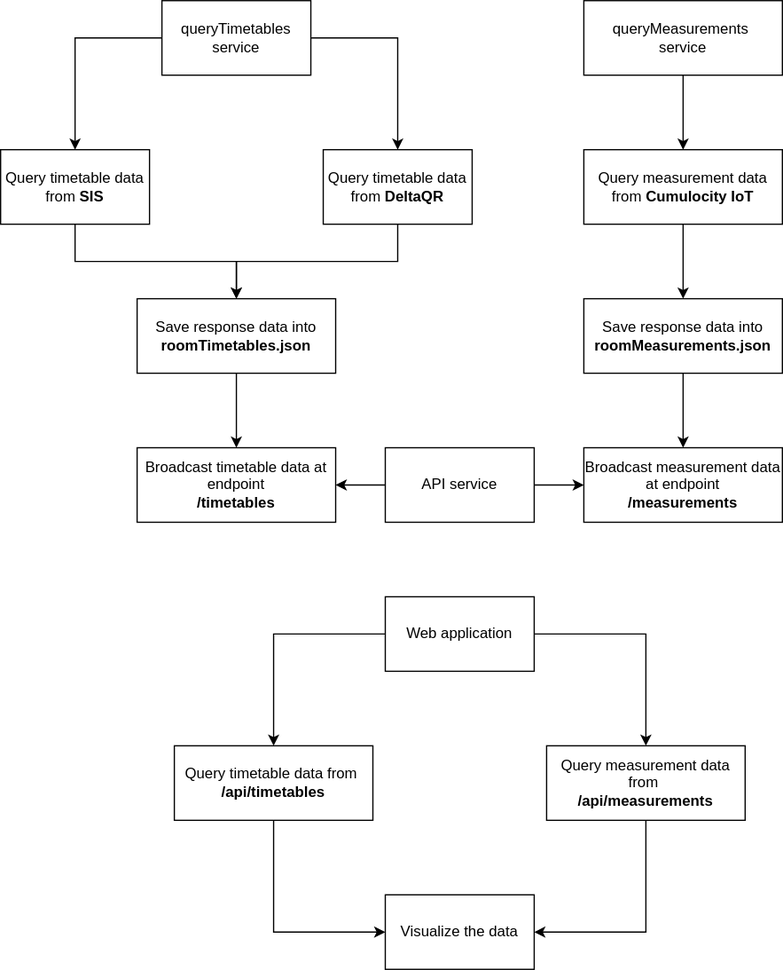
thugoo/client-delta-twin keeps this draw.io diagram as workflow-flowchart.svg. Above is the earlier version. Source tidied: cells renumbered, new cells last; positions are measured from the earlier drawing's top-left corner, leaving out a move shared by most shapes.
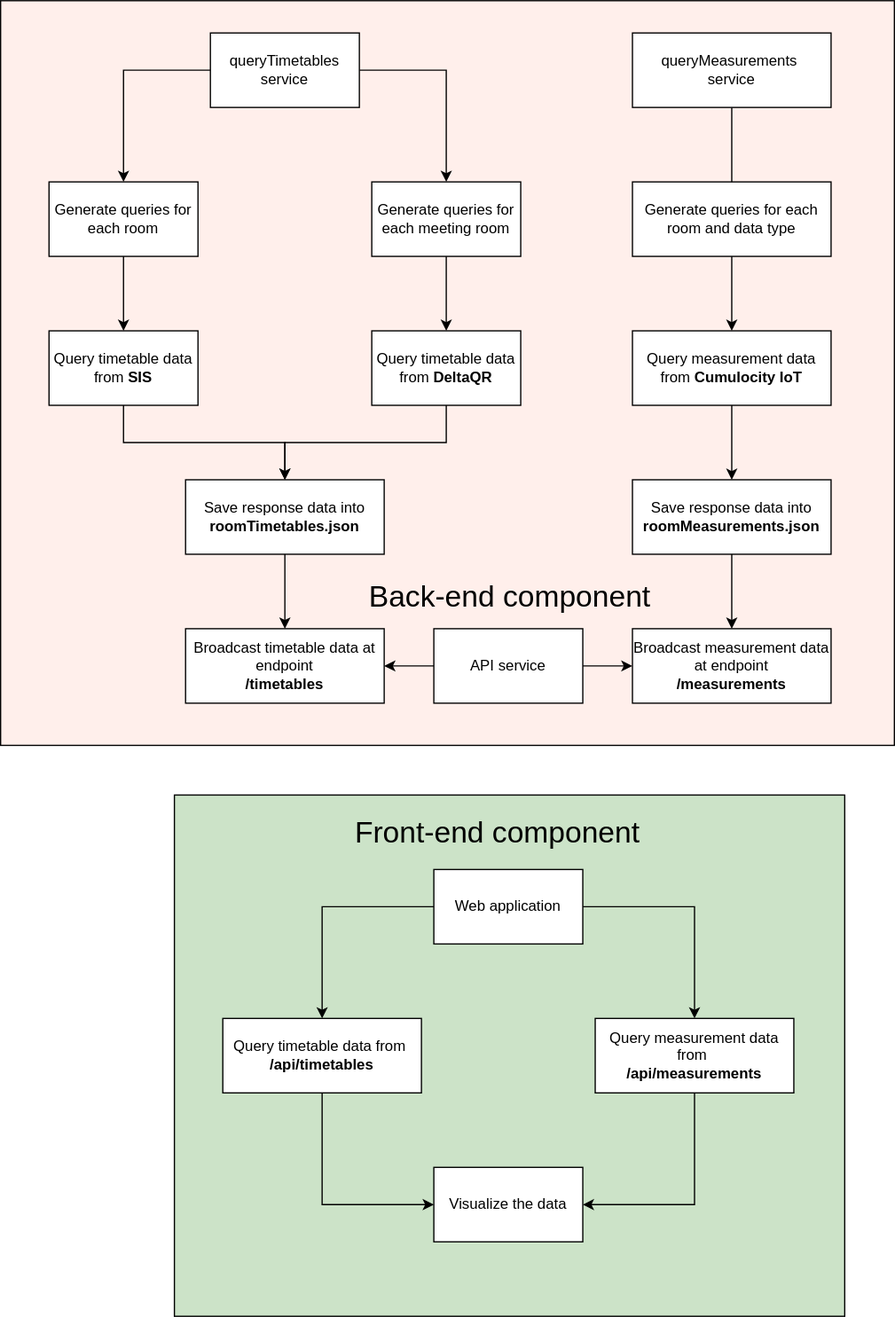
The same file after the commit.

Diff of the diagram source:
```diff
@@ -2,20 +2,30 @@
   <root>
     <mxCell id="0" />
     <mxCell id="1" parent="0" />
+    <mxCell id="30" style="rounded=0;whiteSpace=wrap;html=1;fillColor=#CCE3C8;" parent="1" vertex="1">
+      <mxGeometry x="101" y="494" width="540" height="420" as="geometry" />
+    </mxCell>
+    <mxCell id="31" style="rounded=0;whiteSpace=wrap;html=1;fillColor=#FFEFEB;" parent="1" vertex="1">
+      <mxGeometry x="-39" y="-146" width="720" height="600" as="geometry" />
+    </mxCell>
     <mxCell id="2" style="edgeStyle=orthogonalEdgeStyle;rounded=0;jettySize=auto;html=1;entryX=0.5;entryY=0;entryDx=0;entryDy=0;" parent="1" edge="1" source="3" target="8">
       <mxGeometry relative="1" as="geometry" />
     </mxCell>
     <mxCell id="3" value="&lt;div&gt;queryMeasurements&amp;nbsp;&lt;/div&gt;&lt;div&gt;service&lt;br&gt;&lt;/div&gt;" style="rounded=0;whiteSpace=wrap;html=1;" parent="1" vertex="1">
-      <mxGeometry x="470" width="160" height="60" as="geometry" />
+      <mxGeometry x="470" y="-120" width="160" height="60" as="geometry" />
     </mxCell>
-    <mxCell id="4" style="edgeStyle=orthogonalEdgeStyle;rounded=0;jettySize=auto;html=1;" parent="1" edge="1" source="6" target="10">
-      <mxGeometry relative="1" as="geometry" />
+    <mxCell id="4" style="edgeStyle=orthogonalEdgeStyle;rounded=0;jettySize=auto;html=1;entryX=0.5;entryY=0;entryDx=0;entryDy=0;" parent="1" edge="1" source="6" target="33">
+      <mxGeometry relative="1" as="geometry">
+        <Array as="points">
+          <mxPoint x="60" y="-90" />
+        </Array>
+      </mxGeometry>
     </mxCell>
-    <mxCell id="5" style="edgeStyle=orthogonalEdgeStyle;rounded=0;jettySize=auto;html=1;entryX=0.5;entryY=0;entryDx=0;entryDy=0;" parent="1" edge="1" source="6" target="12">
+    <mxCell id="5" style="edgeStyle=orthogonalEdgeStyle;rounded=0;jettySize=auto;html=1;entryX=0.5;entryY=0;entryDx=0;entryDy=0;" parent="1" edge="1" source="6" target="36">
       <mxGeometry relative="1" as="geometry" />
     </mxCell>
     <mxCell id="6" value="&lt;div&gt;queryTimetables service&lt;br&gt;&lt;/div&gt;" style="rounded=0;whiteSpace=wrap;html=1;" parent="1" vertex="1">
-      <mxGeometry x="130" width="120" height="60" as="geometry" />
+      <mxGeometry x="130" y="-120" width="120" height="60" as="geometry" />
     </mxCell>
     <mxCell id="7" style="edgeStyle=orthogonalEdgeStyle;rounded=0;jettySize=auto;html=1;entryX=0.5;entryY=0;entryDx=0;entryDy=0;" parent="1" edge="1" source="8" target="14">
       <mxGeometry relative="1" as="geometry" />
@@ -65,14 +75,14 @@
     <mxCell id="22" style="edgeStyle=orthogonalEdgeStyle;rounded=0;jettySize=auto;html=1;entryX=1;entryY=0.5;entryDx=0;entryDy=0;" parent="1" edge="1" source="23" target="27">
       <mxGeometry relative="1" as="geometry">
         <Array as="points">
-          <mxPoint x="520" y="690" />
-          <mxPoint x="520" y="690" />
-          <mxPoint x="520" y="750" />
+          <mxPoint x="520" y="764" />
+          <mxPoint x="520" y="764" />
+          <mxPoint x="520" y="824" />
         </Array>
       </mxGeometry>
     </mxCell>
     <mxCell id="23" value="&lt;div&gt;Query measurement data from&amp;nbsp;&lt;/div&gt;&lt;div&gt;&lt;b&gt;/api/measurements&lt;/b&gt;&lt;/div&gt;" style="rounded=0;whiteSpace=wrap;html=1;" parent="1" vertex="1">
-      <mxGeometry x="440" y="600" width="160" height="60" as="geometry" />
+      <mxGeometry x="440" y="674" width="160" height="60" as="geometry" />
     </mxCell>
     <mxCell id="24" style="edgeStyle=orthogonalEdgeStyle;rounded=0;jettySize=auto;html=1;entryX=0.5;entryY=0;entryDx=0;entryDy=0;" parent="1" edge="1" source="26" target="23">
       <mxGeometry relative="1" as="geometry" />
@@ -81,20 +91,41 @@
       <mxGeometry relative="1" as="geometry" />
     </mxCell>
     <mxCell id="26" value="Web application" style="rounded=0;whiteSpace=wrap;html=1;" parent="1" vertex="1">
-      <mxGeometry x="310" y="480" width="120" height="60" as="geometry" />
+      <mxGeometry x="310" y="554" width="120" height="60" as="geometry" />
     </mxCell>
     <mxCell id="27" value="Visualize the data" style="rounded=0;whiteSpace=wrap;html=1;" parent="1" vertex="1">
-      <mxGeometry x="310" y="720" width="120" height="60" as="geometry" />
+      <mxGeometry x="310" y="794" width="120" height="60" as="geometry" />
     </mxCell>
     <mxCell id="28" style="edgeStyle=orthogonalEdgeStyle;rounded=0;jettySize=auto;html=1;" parent="1" edge="1" source="29" target="27">
       <mxGeometry relative="1" as="geometry">
         <Array as="points">
-          <mxPoint x="220" y="750" />
+          <mxPoint x="220" y="824" />
         </Array>
       </mxGeometry>
     </mxCell>
     <mxCell id="29" value="&lt;div&gt;Query timetable data from&amp;nbsp;&lt;/div&gt;&lt;div&gt;&lt;b&gt;/api/timetables&lt;/b&gt;&lt;/div&gt;" style="rounded=0;whiteSpace=wrap;html=1;" parent="1" vertex="1">
-      <mxGeometry x="140" y="600" width="160" height="60" as="geometry" />
+      <mxGeometry x="140" y="674" width="160" height="60" as="geometry" />
     </mxCell>
+    <mxCell id="32" style="edgeStyle=orthogonalEdgeStyle;rounded=0;jettySize=auto;html=1;entryX=0.5;entryY=0;entryDx=0;entryDy=0;" parent="1" edge="1" source="33" target="10">
+      <mxGeometry relative="1" as="geometry" />
+    </mxCell>
+    <mxCell id="33" value="Generate queries for each room" style="rounded=0;whiteSpace=wrap;html=1;" parent="1" vertex="1">
+      <mxGeometry width="120" height="60" as="geometry" />
+    </mxCell>
+    <mxCell id="34" value="&lt;div&gt;Generate queries for each room and data type&lt;br&gt;&lt;/div&gt;" style="rounded=0;whiteSpace=wrap;html=1;" parent="1" vertex="1">
+      <mxGeometry x="470" width="160" height="60" as="geometry" />
+    </mxCell>
+    <mxCell id="35" style="edgeStyle=orthogonalEdgeStyle;rounded=0;jettySize=auto;html=1;entryX=0.5;entryY=0;entryDx=0;entryDy=0;" parent="1" edge="1" source="36" target="12">
+      <mxGeometry relative="1" as="geometry" />
+    </mxCell>
+    <mxCell id="36" value="Generate queries for each meeting room" style="rounded=0;whiteSpace=wrap;html=1;" parent="1" vertex="1">
+      <mxGeometry x="260" width="120" height="60" as="geometry" />
+    </mxCell>
+    <mxCell id="37" value="&lt;font style=&quot;font-size: 24px;&quot;&gt;Back-end component&lt;br&gt;&lt;/font&gt;" style="text;html=1;align=center;verticalAlign=middle;strokeColor=none;fillColor=none;" parent="1" vertex="1">
+      <mxGeometry x="248" y="314" width="245" height="41" as="geometry" />
+    </mxCell>
+    <mxCell id="38" value="&lt;font style=&quot;font-size: 24px;&quot;&gt;Front-end component&lt;br&gt;&lt;/font&gt;" style="text;html=1;align=center;verticalAlign=middle;strokeColor=none;fillColor=none;" parent="1" vertex="1">
+      <mxGeometry x="237" y="504" width="248" height="41" as="geometry" />
+    </mxCell>
   </root>
 </mxGraphModel>
```
